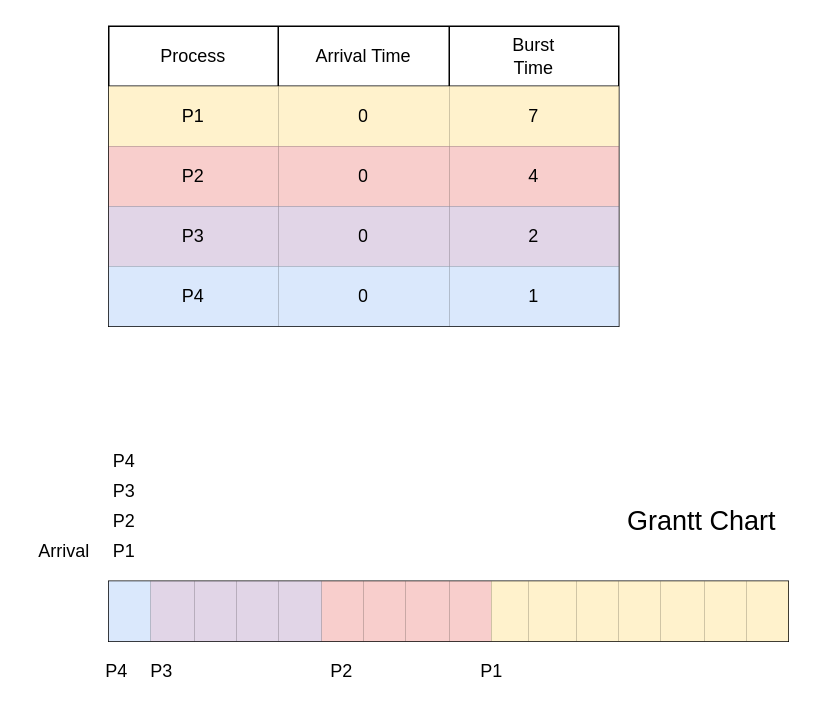
This is SJF.drawio from estraining/diagram-store, a draw.io file, before an edit. Source tidied: cells renumbered, new cells numbered last; positions are measured from the earlier drawing's top-left corner, leaving out a move shared by most shapes. Both pictures are drawn from the tidied source at 150%, with x=0, y=0 at pixel (26, 26).
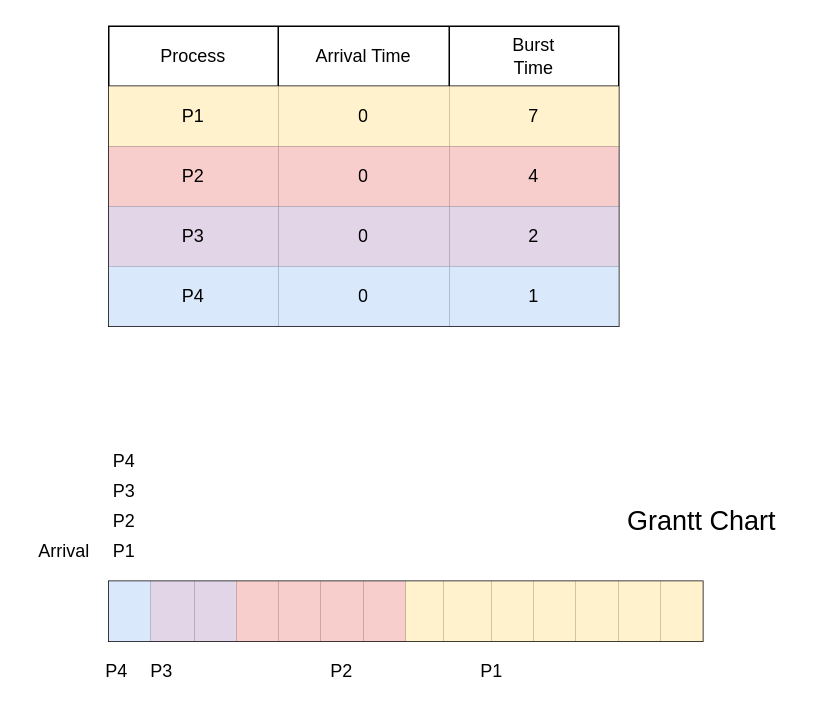
Above is the later version.

Change to the diagram source:
```diff
@@
     <mxCell id="7" style="shape=table;html=1;whiteSpace=wrap;startSize=0;childLayout=tableLayout;" parent="1" vertex="1">
-      <mxGeometry x="55" y="370" width="453" height="40" as="geometry" />
+      <mxGeometry x="55" y="370" width="396" height="40" as="geometry" />
     </mxCell>
     <mxCell id="8" style="shape=partialRectangle;html=1;whiteSpace=wrap;fillColor=none;top=0;left=0;bottom=0;right=0;" parent="7" vertex="1">
-      <mxGeometry width="453" height="40" as="geometry" />
+      <mxGeometry width="396" height="40" as="geometry" />
     </mxCell>
@@
-    <mxCell id="12" style="shape=partialRectangle;html=1;whiteSpace=wrap;overflow=hidden;fillColor=#e1d5e7;top=0;left=0;bottom=0;right=0;strokeColor=#9673a6;" parent="8" vertex="1">
-      <mxGeometry x="85" width="28" height="40" as="geometry" />
-    </mxCell>
-    <mxCell id="13" style="shape=partialRectangle;html=1;whiteSpace=wrap;overflow=hidden;fillColor=#e1d5e7;top=0;left=0;bottom=0;right=0;strokeColor=#9673a6;" parent="8" vertex="1">
-      <mxGeometry x="113" width="29" height="40" as="geometry" />
-    </mxCell>
     <mxCell id="14" style="shape=partialRectangle;html=1;whiteSpace=wrap;overflow=hidden;fillColor=#f8cecc;top=0;left=0;bottom=0;right=0;strokeColor=#b85450;" parent="8" vertex="1">
-      <mxGeometry x="142" width="28" height="40" as="geometry" />
+      <mxGeometry x="85" width="28" height="40" as="geometry" />
     </mxCell>
     <mxCell id="15" style="shape=partialRectangle;html=1;whiteSpace=wrap;overflow=hidden;fillColor=#f8cecc;top=0;left=0;bottom=0;right=0;strokeColor=#b85450;" parent="8" vertex="1">
-      <mxGeometry x="170" width="28" height="40" as="geometry" />
+      <mxGeometry x="113" width="28" height="40" as="geometry" />
     </mxCell>
     <mxCell id="16" style="shape=partialRectangle;html=1;whiteSpace=wrap;overflow=hidden;fillColor=#f8cecc;top=0;left=0;bottom=0;right=0;strokeColor=#b85450;" parent="8" vertex="1">
-      <mxGeometry x="198" width="29" height="40" as="geometry" />
+      <mxGeometry x="141" width="29" height="40" as="geometry" />
     </mxCell>
     <mxCell id="17" style="shape=partialRectangle;html=1;whiteSpace=wrap;overflow=hidden;fillColor=#f8cecc;top=0;left=0;bottom=0;right=0;strokeColor=#b85450;" parent="8" vertex="1">
-      <mxGeometry x="227" width="28" height="40" as="geometry" />
+      <mxGeometry x="170" width="28" height="40" as="geometry" />
     </mxCell>
     <mxCell id="18" style="shape=partialRectangle;html=1;whiteSpace=wrap;overflow=hidden;fillColor=#fff2cc;top=0;left=0;bottom=0;right=0;strokeColor=#d6b656;" parent="8" vertex="1">
-      <mxGeometry x="255" width="25" height="40" as="geometry" />
+      <mxGeometry x="198" width="25" height="40" as="geometry" />
     </mxCell>
     <mxCell id="19" style="shape=partialRectangle;html=1;whiteSpace=wrap;overflow=hidden;fillColor=#fff2cc;top=0;left=0;bottom=0;right=0;strokeColor=#d6b656;" parent="8" vertex="1">
-      <mxGeometry x="280" width="32" height="40" as="geometry" />
+      <mxGeometry x="223" width="32" height="40" as="geometry" />
     </mxCell>
     <mxCell id="20" style="shape=partialRectangle;html=1;whiteSpace=wrap;overflow=hidden;fillColor=#fff2cc;top=0;left=0;bottom=0;right=0;strokeColor=#d6b656;" parent="8" vertex="1">
-      <mxGeometry x="312" width="28" height="40" as="geometry" />
+      <mxGeometry x="255" width="28" height="40" as="geometry" />
     </mxCell>
     <mxCell id="21" style="shape=partialRectangle;html=1;whiteSpace=wrap;overflow=hidden;fillColor=#fff2cc;top=0;left=0;bottom=0;right=0;strokeColor=#d6b656;" parent="8" vertex="1">
-      <mxGeometry x="340" width="28" height="40" as="geometry" />
+      <mxGeometry x="283" width="28" height="40" as="geometry" />
     </mxCell>
     <mxCell id="22" style="shape=partialRectangle;html=1;whiteSpace=wrap;overflow=hidden;fillColor=#fff2cc;top=0;left=0;bottom=0;right=0;strokeColor=#d6b656;" parent="8" vertex="1">
-      <mxGeometry x="368" width="29" height="40" as="geometry" />
+      <mxGeometry x="311" width="29" height="40" as="geometry" />
     </mxCell>
     <mxCell id="23" style="shape=partialRectangle;html=1;whiteSpace=wrap;overflow=hidden;fillColor=#fff2cc;top=0;left=0;bottom=0;right=0;strokeColor=#d6b656;" parent="8" vertex="1">
-      <mxGeometry x="397" width="28" height="40" as="geometry" />
+      <mxGeometry x="340" width="28" height="40" as="geometry" />
     </mxCell>
     <mxCell id="24" style="shape=partialRectangle;html=1;whiteSpace=wrap;overflow=hidden;fillColor=#fff2cc;top=0;left=0;bottom=0;right=0;strokeColor=#d6b656;" parent="8" vertex="1">
-      <mxGeometry x="425" width="28" height="40" as="geometry" />
+      <mxGeometry x="368" width="28" height="40" as="geometry" />
     </mxCell>
```
